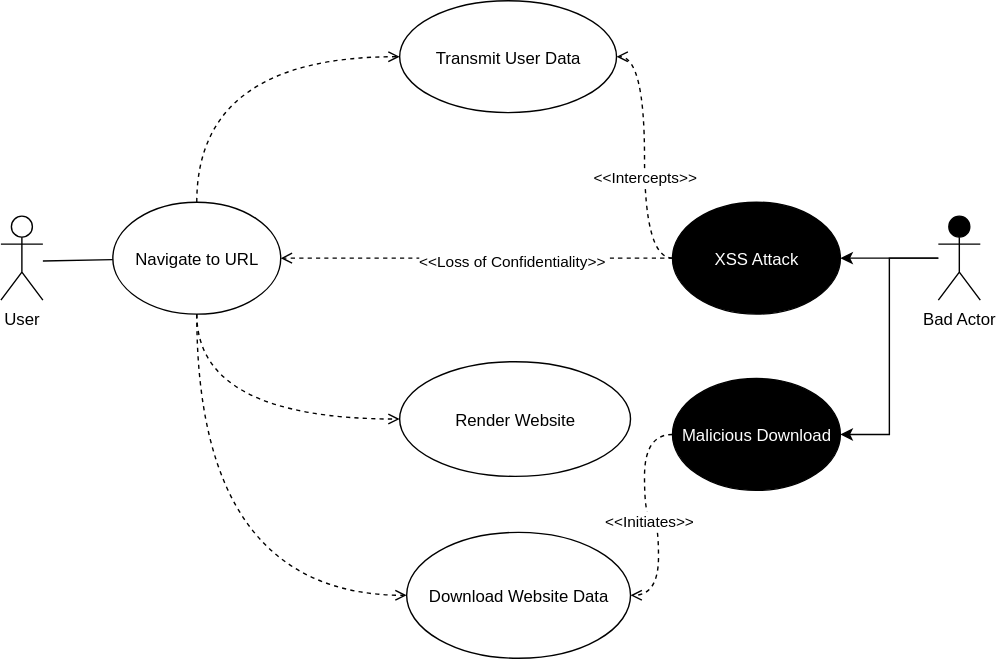
Before: docs/UseCase_Navigate_to_URL.svg, a diagram exported from draw.io (chauler/CYBR8420-Team5-Project). Source tidied: cells renumbered, new cells last; positions are measured from the earlier drawing's top-left corner, leaving out a move shared by most shapes. The source it was exported from:
```xml
<mxGraphModel>
  <root>
    <mxCell id="0" />
    <mxCell id="1" parent="0" />
    <mxCell id="2" value="User" style="shape=umlActor;verticalLabelPosition=bottom;verticalAlign=top;fillColor=#FFFFFF;convertToSvg=1;" parent="1" vertex="1">
      <mxGeometry y="154" width="30" height="60" as="geometry" />
    </mxCell>
    <mxCell id="3" style="endArrow=none;convertToSvg=1;" parent="1" edge="1" source="7">
      <mxGeometry relative="1" as="geometry">
        <mxPoint x="120" y="186" as="targetPoint" />
      </mxGeometry>
    </mxCell>
    <mxCell id="4" style="edgeStyle=orthogonalEdgeStyle;rounded=1;jettySize=auto;entryX=0;entryY=0.5;entryDx=0;entryDy=0;dashed=1;strokeWidth=1;endFill=0;endArrow=open;curved=1;exitX=0.5;exitY=1;exitDx=0;exitDy=0;convertToSvg=1;" parent="1" edge="1" source="7" target="5">
      <mxGeometry relative="1" as="geometry" />
    </mxCell>
    <mxCell id="5" value="Render Website" style="ellipse;whiteSpace=wrap;convertToSvg=1;" parent="1" vertex="1">
      <mxGeometry x="285" y="258" width="165" height="82" as="geometry" />
    </mxCell>
    <mxCell id="6" style="endArrow=none;convertToSvg=1;" parent="1" edge="1" target="7">
      <mxGeometry relative="1" as="geometry">
        <mxPoint x="30" y="186" as="sourcePoint" />
      </mxGeometry>
    </mxCell>
    <mxCell id="7" value="Navigate to URL" style="ellipse;whiteSpace=wrap;fillColor=#FFFFFF;convertToSvg=1;" parent="1" vertex="1">
      <mxGeometry x="80" y="144" width="120" height="80" as="geometry" />
    </mxCell>
    <mxCell id="8" style="edgeStyle=orthogonalEdgeStyle;rounded=0;jettySize=auto;convertToSvg=1;" parent="1" edge="1" source="10" target="11">
      <mxGeometry relative="1" as="geometry" />
    </mxCell>
    <mxCell id="9" style="edgeStyle=orthogonalEdgeStyle;rounded=0;jettySize=auto;entryX=1;entryY=0.5;entryDx=0;entryDy=0;convertToSvg=1;" parent="1" edge="1" source="10" target="20">
      <mxGeometry relative="1" as="geometry" />
    </mxCell>
    <mxCell id="10" value="Bad Actor" style="shape=umlActor;verticalLabelPosition=bottom;verticalAlign=top;outlineConnect=0;fillColor=#000000;convertToSvg=1;" parent="1" vertex="1">
      <mxGeometry x="670" y="154" width="30" height="60" as="geometry" />
    </mxCell>
    <mxCell id="11" value="XSS Attack" style="ellipse;whiteSpace=wrap;fillColor=#000000;fontColor=#FFFFFF;convertToSvg=1;" parent="1" vertex="1">
      <mxGeometry x="480" y="144" width="120" height="80" as="geometry" />
    </mxCell>
    <mxCell id="12" style="edgeStyle=orthogonalEdgeStyle;rounded=1;jettySize=auto;dashed=1;strokeWidth=1;endFill=0;endArrow=open;curved=1;exitX=0;exitY=0.5;exitDx=0;exitDy=0;entryX=1;entryY=0.5;entryDx=0;entryDy=0;convertToSvg=1;" parent="1" edge="1" source="11" target="14">
      <mxGeometry relative="1" as="geometry" />
    </mxCell>
    <mxCell id="13" value="&lt;&lt;Intercepts&gt;&gt;" style="edgeLabel;align=center;verticalAlign=middle;convertToSvg=1;" parent="12" vertex="1">
      <mxGeometry x="0.24" relative="1" as="geometry">
        <mxPoint y="35" as="offset" />
      </mxGeometry>
    </mxCell>
    <mxCell id="14" value="Transmit User Data" style="ellipse;whiteSpace=wrap;convertToSvg=1;" parent="1" vertex="1">
      <mxGeometry x="285" width="155" height="80" as="geometry" />
    </mxCell>
    <mxCell id="15" style="edgeStyle=orthogonalEdgeStyle;rounded=1;jettySize=auto;entryX=0;entryY=0.5;entryDx=0;entryDy=0;dashed=1;strokeWidth=1;endFill=0;endArrow=open;curved=1;exitX=0.5;exitY=0;exitDx=0;exitDy=0;convertToSvg=1;" parent="1" edge="1" source="7" target="14">
      <mxGeometry relative="1" as="geometry" />
    </mxCell>
    <mxCell id="16" style="edgeStyle=orthogonalEdgeStyle;curved=1;rounded=0;jettySize=auto;dashed=1;endArrow=open;endFill=0;strokeWidth=1;exitX=0;exitY=0.5;exitDx=0;exitDy=0;convertToSvg=1;" parent="1" edge="1" source="11" target="7">
      <mxGeometry relative="1" as="geometry" />
    </mxCell>
    <mxCell id="17" value="&lt;&lt;Loss of Confidentiality&gt;&gt;" style="edgeLabel;align=center;verticalAlign=middle;convertToSvg=1;" parent="16" vertex="1">
      <mxGeometry x="-0.18" y="1" relative="1" as="geometry" />
    </mxCell>
    <mxCell id="18" value="Download Website Data" style="ellipse;whiteSpace=wrap;convertToSvg=1;" parent="1" vertex="1">
      <mxGeometry x="290" y="380" width="160" height="90" as="geometry" />
    </mxCell>
    <mxCell id="19" style="edgeStyle=orthogonalEdgeStyle;rounded=1;jettySize=auto;entryX=0;entryY=0.5;entryDx=0;entryDy=0;dashed=1;strokeWidth=1;endFill=0;endArrow=open;curved=1;exitX=0.5;exitY=1;exitDx=0;exitDy=0;convertToSvg=1;" parent="1" edge="1" source="7" target="18">
      <mxGeometry relative="1" as="geometry" />
    </mxCell>
    <mxCell id="20" value="Malicious Download" style="ellipse;whiteSpace=wrap;fillColor=#000000;fontColor=#FFFFFF;convertToSvg=1;" parent="1" vertex="1">
      <mxGeometry x="480" y="270" width="120" height="80" as="geometry" />
    </mxCell>
    <mxCell id="21" style="edgeStyle=orthogonalEdgeStyle;rounded=1;jettySize=auto;dashed=1;strokeWidth=1;endFill=0;endArrow=open;curved=1;exitX=0;exitY=0.5;exitDx=0;exitDy=0;entryX=1;entryY=0.5;entryDx=0;entryDy=0;convertToSvg=1;" parent="1" edge="1" source="20" target="18">
      <mxGeometry relative="1" as="geometry" />
    </mxCell>
    <mxCell id="22" value="Text" style="edgeLabel;align=center;verticalAlign=middle;convertToSvg=1;" parent="21" vertex="1">
      <mxGeometry x="0.02" relative="1" as="geometry" />
    </mxCell>
    <mxCell id="23" value="&lt;&lt;Initiates&gt;&gt;" style="edgeLabel;align=center;verticalAlign=middle;convertToSvg=1;" parent="21" vertex="1">
      <mxGeometry y="-1" relative="1" as="geometry" />
    </mxCell>
  </root>
</mxGraphModel>
```
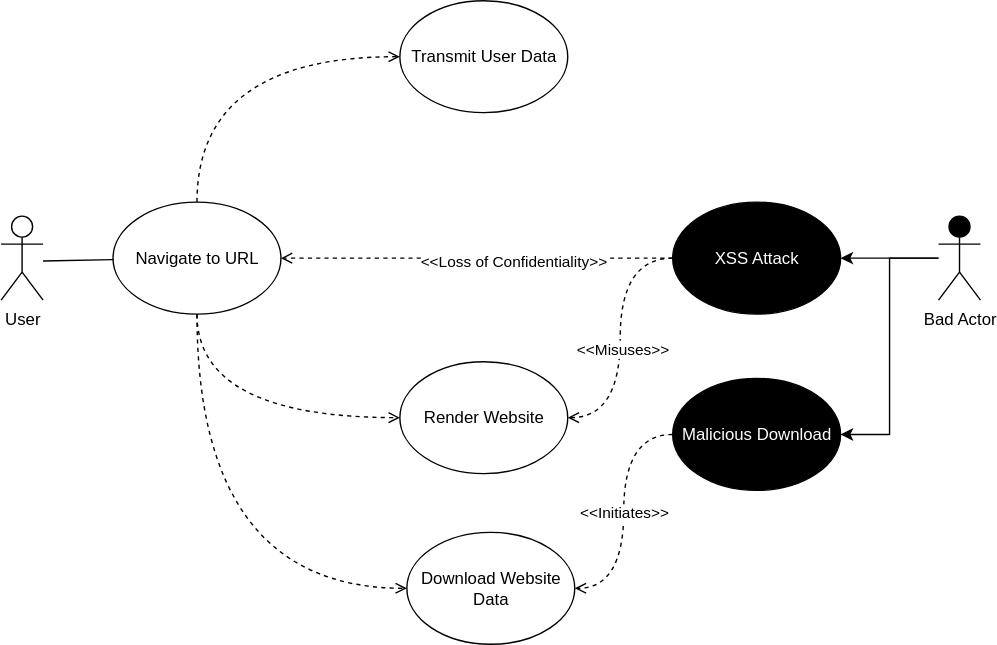
The same diagram one commit later.

The edit, as a diff of the source:
```diff
@@ -2,76 +2,74 @@
   <root>
     <mxCell id="0" />
     <mxCell id="1" parent="0" />
-    <mxCell id="2" value="User" style="shape=umlActor;verticalLabelPosition=bottom;verticalAlign=top;fillColor=#FFFFFF;convertToSvg=1;" parent="1" vertex="1">
+    <mxCell id="2" value="User" style="shape=umlActor;verticalLabelPosition=bottom;verticalAlign=top;html=1;fillColor=#FFFFFF;" parent="1" vertex="1">
       <mxGeometry y="154" width="30" height="60" as="geometry" />
     </mxCell>
-    <mxCell id="3" style="endArrow=none;convertToSvg=1;" parent="1" edge="1" source="7">
+    <mxCell id="3" style="endArrow=none;html=1;" parent="1" edge="1" source="7">
       <mxGeometry relative="1" as="geometry">
         <mxPoint x="120" y="186" as="targetPoint" />
       </mxGeometry>
     </mxCell>
-    <mxCell id="4" style="edgeStyle=orthogonalEdgeStyle;rounded=1;jettySize=auto;entryX=0;entryY=0.5;entryDx=0;entryDy=0;dashed=1;strokeWidth=1;endFill=0;endArrow=open;curved=1;exitX=0.5;exitY=1;exitDx=0;exitDy=0;convertToSvg=1;" parent="1" edge="1" source="7" target="5">
+    <mxCell id="4" style="edgeStyle=orthogonalEdgeStyle;rounded=1;jettySize=auto;html=1;entryX=0;entryY=0.5;entryDx=0;entryDy=0;dashed=1;strokeWidth=1;endFill=0;endArrow=open;curved=1;exitX=0.5;exitY=1;exitDx=0;exitDy=0;" parent="1" edge="1" source="7" target="5">
       <mxGeometry relative="1" as="geometry" />
     </mxCell>
-    <mxCell id="5" value="Render Website" style="ellipse;whiteSpace=wrap;convertToSvg=1;" parent="1" vertex="1">
-      <mxGeometry x="285" y="258" width="165" height="82" as="geometry" />
+    <mxCell id="5" value="Render Website" style="ellipse;whiteSpace=wrap;html=1;" parent="1" vertex="1">
+      <mxGeometry x="285" y="258" width="120" height="80" as="geometry" />
     </mxCell>
-    <mxCell id="6" style="endArrow=none;convertToSvg=1;" parent="1" edge="1" target="7">
+    <mxCell id="6" style="endArrow=none;html=1;" parent="1" edge="1" target="7">
       <mxGeometry relative="1" as="geometry">
         <mxPoint x="30" y="186" as="sourcePoint" />
       </mxGeometry>
     </mxCell>
-    <mxCell id="7" value="Navigate to URL" style="ellipse;whiteSpace=wrap;fillColor=#FFFFFF;convertToSvg=1;" parent="1" vertex="1">
+    <mxCell id="7" value="Navigate to URL" style="ellipse;whiteSpace=wrap;html=1;fillColor=#FFFFFF;" parent="1" vertex="1">
       <mxGeometry x="80" y="144" width="120" height="80" as="geometry" />
     </mxCell>
-    <mxCell id="8" style="edgeStyle=orthogonalEdgeStyle;rounded=0;jettySize=auto;convertToSvg=1;" parent="1" edge="1" source="10" target="11">
+    <mxCell id="8" style="edgeStyle=orthogonalEdgeStyle;rounded=0;jettySize=auto;html=1;" parent="1" edge="1" source="10" target="11">
       <mxGeometry relative="1" as="geometry" />
     </mxCell>
-    <mxCell id="9" style="edgeStyle=orthogonalEdgeStyle;rounded=0;jettySize=auto;entryX=1;entryY=0.5;entryDx=0;entryDy=0;convertToSvg=1;" parent="1" edge="1" source="10" target="20">
+    <mxCell id="9" style="edgeStyle=orthogonalEdgeStyle;rounded=0;jettySize=auto;html=1;entryX=1;entryY=0.5;entryDx=0;entryDy=0;" parent="1" edge="1" source="10" target="20">
       <mxGeometry relative="1" as="geometry" />
     </mxCell>
-    <mxCell id="10" value="Bad Actor" style="shape=umlActor;verticalLabelPosition=bottom;verticalAlign=top;outlineConnect=0;fillColor=#000000;convertToSvg=1;" parent="1" vertex="1">
+    <mxCell id="10" value="Bad Actor" style="shape=umlActor;verticalLabelPosition=bottom;verticalAlign=top;html=1;outlineConnect=0;fillColor=#000000;" parent="1" vertex="1">
       <mxGeometry x="670" y="154" width="30" height="60" as="geometry" />
     </mxCell>
-    <mxCell id="11" value="XSS Attack" style="ellipse;whiteSpace=wrap;fillColor=#000000;fontColor=#FFFFFF;convertToSvg=1;" parent="1" vertex="1">
+    <mxCell id="11" value="XSS Attack" style="ellipse;whiteSpace=wrap;html=1;fillColor=#000000;fontColor=#FFFFFF;" parent="1" vertex="1">
       <mxGeometry x="480" y="144" width="120" height="80" as="geometry" />
     </mxCell>
-    <mxCell id="12" style="edgeStyle=orthogonalEdgeStyle;rounded=1;jettySize=auto;dashed=1;strokeWidth=1;endFill=0;endArrow=open;curved=1;exitX=0;exitY=0.5;exitDx=0;exitDy=0;entryX=1;entryY=0.5;entryDx=0;entryDy=0;convertToSvg=1;" parent="1" edge="1" source="11" target="14">
+    <mxCell id="12" style="edgeStyle=orthogonalEdgeStyle;rounded=1;jettySize=auto;html=1;dashed=1;strokeWidth=1;endFill=0;endArrow=open;curved=1;exitX=0;exitY=0.5;exitDx=0;exitDy=0;entryX=1;entryY=0.5;entryDx=0;entryDy=0;" parent="1" edge="1" source="11" target="5">
       <mxGeometry relative="1" as="geometry" />
     </mxCell>
-    <mxCell id="13" value="&lt;&lt;Intercepts&gt;&gt;" style="edgeLabel;align=center;verticalAlign=middle;convertToSvg=1;" parent="12" vertex="1">
-      <mxGeometry x="0.24" relative="1" as="geometry">
-        <mxPoint y="35" as="offset" />
-      </mxGeometry>
-    </mxCell>
+    <mxCell id="24" value="&amp;lt;&amp;lt;Misuses&amp;gt;&amp;gt;" style="edgeLabel;html=1;align=center;verticalAlign=middle;" parent="12" vertex="1">
+      <mxGeometry x="0.08" y="1" relative="1" as="geometry" />
+    </mxCell>
-    <mxCell id="14" value="Transmit User Data" style="ellipse;whiteSpace=wrap;convertToSvg=1;" parent="1" vertex="1">
-      <mxGeometry x="285" width="155" height="80" as="geometry" />
+    <mxCell id="14" value="Transmit User Data" style="ellipse;whiteSpace=wrap;html=1;" parent="1" vertex="1">
+      <mxGeometry x="285" width="120" height="80" as="geometry" />
     </mxCell>
-    <mxCell id="15" style="edgeStyle=orthogonalEdgeStyle;rounded=1;jettySize=auto;entryX=0;entryY=0.5;entryDx=0;entryDy=0;dashed=1;strokeWidth=1;endFill=0;endArrow=open;curved=1;exitX=0.5;exitY=0;exitDx=0;exitDy=0;convertToSvg=1;" parent="1" edge="1" source="7" target="14">
+    <mxCell id="15" style="edgeStyle=orthogonalEdgeStyle;rounded=1;jettySize=auto;html=1;entryX=0;entryY=0.5;entryDx=0;entryDy=0;dashed=1;strokeWidth=1;endFill=0;endArrow=open;curved=1;exitX=0.5;exitY=0;exitDx=0;exitDy=0;" parent="1" edge="1" source="7" target="14">
       <mxGeometry relative="1" as="geometry" />
     </mxCell>
-    <mxCell id="16" style="edgeStyle=orthogonalEdgeStyle;curved=1;rounded=0;jettySize=auto;dashed=1;endArrow=open;endFill=0;strokeWidth=1;exitX=0;exitY=0.5;exitDx=0;exitDy=0;convertToSvg=1;" parent="1" edge="1" source="11" target="7">
+    <mxCell id="16" style="edgeStyle=orthogonalEdgeStyle;curved=1;rounded=0;jettySize=auto;html=1;dashed=1;endArrow=open;endFill=0;strokeWidth=1;exitX=0;exitY=0.5;exitDx=0;exitDy=0;" parent="1" edge="1" source="11" target="7">
       <mxGeometry relative="1" as="geometry" />
     </mxCell>
-    <mxCell id="17" value="&lt;&lt;Loss of Confidentiality&gt;&gt;" style="edgeLabel;align=center;verticalAlign=middle;convertToSvg=1;" parent="16" vertex="1">
+    <mxCell id="17" value="&amp;lt;&amp;lt;Loss of Confidentiality&amp;gt;&amp;gt;" style="edgeLabel;html=1;align=center;verticalAlign=middle;" parent="16" vertex="1">
       <mxGeometry x="-0.18" y="1" relative="1" as="geometry" />
     </mxCell>
-    <mxCell id="18" value="Download Website Data" style="ellipse;whiteSpace=wrap;convertToSvg=1;" parent="1" vertex="1">
-      <mxGeometry x="290" y="380" width="160" height="90" as="geometry" />
+    <mxCell id="18" value="Download Website Data" style="ellipse;whiteSpace=wrap;html=1;" parent="1" vertex="1">
+      <mxGeometry x="290" y="380" width="120" height="80" as="geometry" />
     </mxCell>
-    <mxCell id="19" style="edgeStyle=orthogonalEdgeStyle;rounded=1;jettySize=auto;entryX=0;entryY=0.5;entryDx=0;entryDy=0;dashed=1;strokeWidth=1;endFill=0;endArrow=open;curved=1;exitX=0.5;exitY=1;exitDx=0;exitDy=0;convertToSvg=1;" parent="1" edge="1" source="7" target="18">
+    <mxCell id="19" style="edgeStyle=orthogonalEdgeStyle;rounded=1;jettySize=auto;html=1;entryX=0;entryY=0.5;entryDx=0;entryDy=0;dashed=1;strokeWidth=1;endFill=0;endArrow=open;curved=1;exitX=0.5;exitY=1;exitDx=0;exitDy=0;" parent="1" edge="1" source="7" target="18">
       <mxGeometry relative="1" as="geometry" />
     </mxCell>
-    <mxCell id="20" value="Malicious Download" style="ellipse;whiteSpace=wrap;fillColor=#000000;fontColor=#FFFFFF;convertToSvg=1;" parent="1" vertex="1">
+    <mxCell id="20" value="Malicious Download" style="ellipse;whiteSpace=wrap;html=1;fillColor=#000000;fontColor=#FFFFFF;" parent="1" vertex="1">
       <mxGeometry x="480" y="270" width="120" height="80" as="geometry" />
     </mxCell>
-    <mxCell id="21" style="edgeStyle=orthogonalEdgeStyle;rounded=1;jettySize=auto;dashed=1;strokeWidth=1;endFill=0;endArrow=open;curved=1;exitX=0;exitY=0.5;exitDx=0;exitDy=0;entryX=1;entryY=0.5;entryDx=0;entryDy=0;convertToSvg=1;" parent="1" edge="1" source="20" target="18">
+    <mxCell id="21" style="edgeStyle=orthogonalEdgeStyle;rounded=1;jettySize=auto;html=1;dashed=1;strokeWidth=1;endFill=0;endArrow=open;curved=1;exitX=0;exitY=0.5;exitDx=0;exitDy=0;entryX=1;entryY=0.5;entryDx=0;entryDy=0;" parent="1" edge="1" source="20" target="18">
       <mxGeometry relative="1" as="geometry" />
     </mxCell>
-    <mxCell id="22" value="Text" style="edgeLabel;align=center;verticalAlign=middle;convertToSvg=1;" parent="21" vertex="1">
+    <mxCell id="22" value="Text" style="edgeLabel;html=1;align=center;verticalAlign=middle;" parent="21" vertex="1">
       <mxGeometry x="0.02" relative="1" as="geometry" />
     </mxCell>
-    <mxCell id="23" value="&lt;&lt;Initiates&gt;&gt;" style="edgeLabel;align=center;verticalAlign=middle;convertToSvg=1;" parent="21" vertex="1">
+    <mxCell id="23" value="&amp;lt;&amp;lt;Initiates&amp;gt;&amp;gt;" style="edgeLabel;html=1;align=center;verticalAlign=middle;" parent="21" vertex="1">
       <mxGeometry y="-1" relative="1" as="geometry" />
     </mxCell>
   </root>
```
